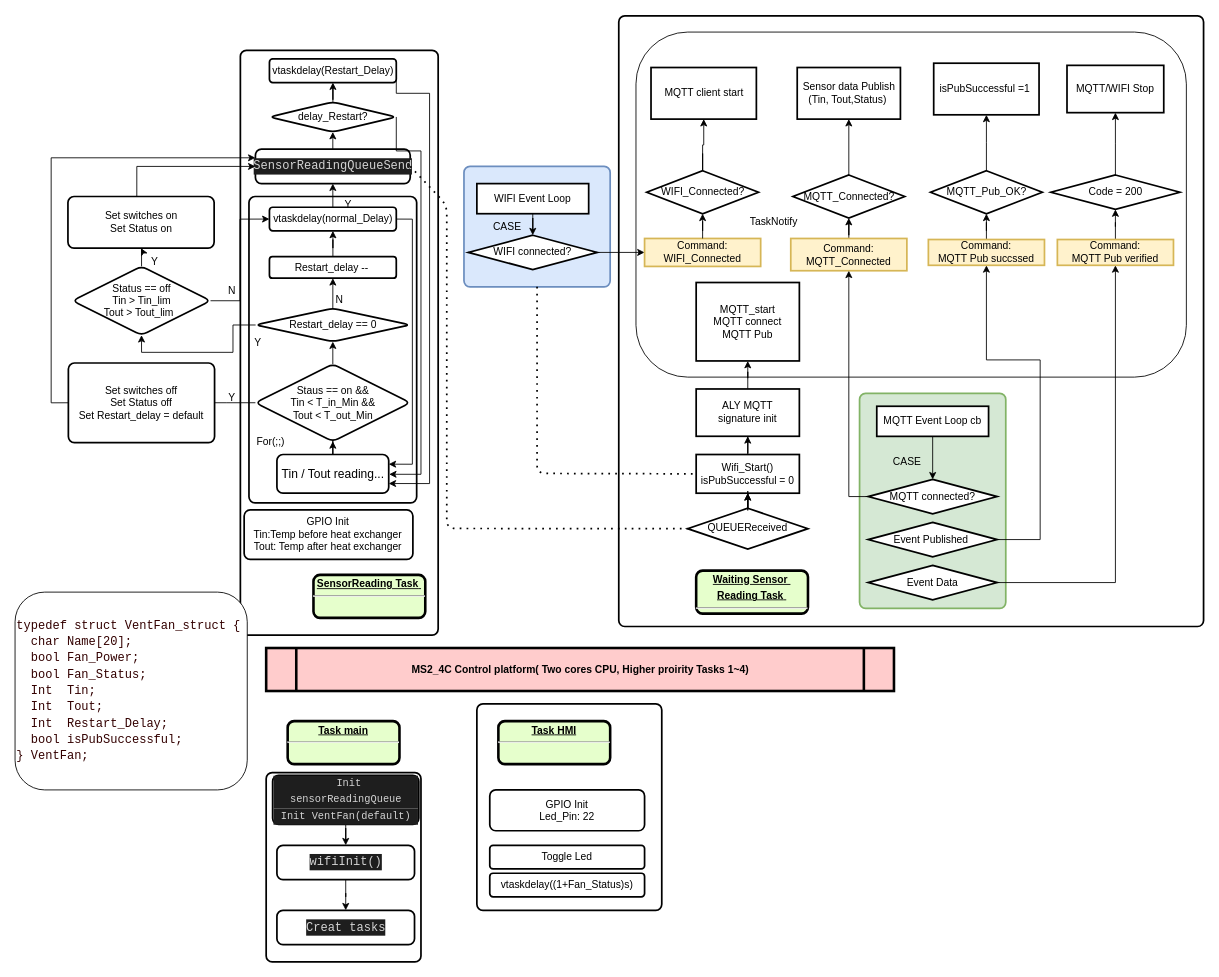
This is vent_control.drawio from kartwu/vent_control, a draw.io file, before an edit. Source tidied: cells renumbered, new cells numbered last; positions are measured from the earlier drawing's top-left corner, leaving out a move shared by most shapes. Both pictures are drawn from the tidied source at 86%, with x=0, y=0 at pixel (15, 15).
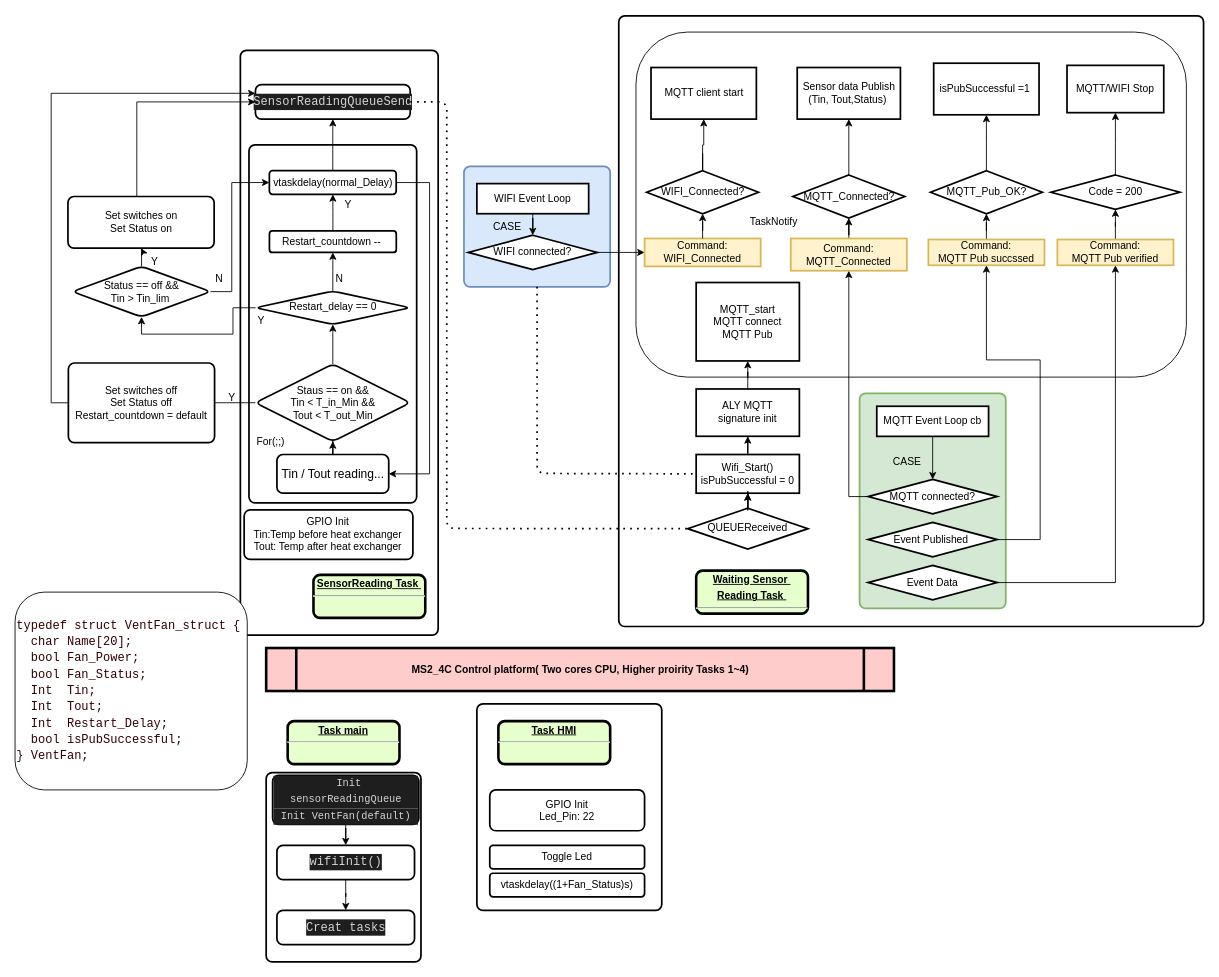
The same page after the edit.

Unchanged cells that the change refers to:
```xml
<mxCell id="17" value="&lt;font style=&quot;font-size: 14px&quot;&gt;Tin / Tout reading...&lt;/font&gt;" style="rounded=1;whiteSpace=wrap;html=1;absoluteArcSize=1;arcSize=14;strokeWidth=2;" parent="1" vertex="1">
  <mxGeometry x="304.5" y="510" width="130" height="45" as="geometry" />
</mxCell>
<mxCell id="24" value="QUEUEReceived" style="strokeWidth=2;html=1;shape=mxgraph.flowchart.decision;whiteSpace=wrap;" parent="1" vertex="1">
  <mxGeometry x="782" y="572.5" width="140" height="47.5" as="geometry" />
</mxCell>
```

What changed in the source:
```diff
@@
     <mxCell id="6" style="rounded=1;whiteSpace=wrap;html=1;absoluteArcSize=1;arcSize=14;strokeWidth=2;" parent="1" vertex="1">
-      <mxGeometry x="272" y="210" width="195" height="356.2" as="geometry" />
+      <mxGeometry x="272" y="150" width="195" height="416.2" as="geometry" />
     </mxCell>
@@
-    <mxCell id="19" style="edgeStyle=orthogonalEdgeStyle;rounded=0;jettySize=auto;html=1;" parent="1" edge="1" source="20" target="85">
-      <mxGeometry relative="1" as="geometry" />
-    </mxCell>
     <mxCell id="20" value="&lt;div style=&quot;color: rgb(212 , 212 , 212) ; background-color: rgb(30 , 30 , 30) ; font-family: &amp;#34;consolas&amp;#34; , &amp;#34;courier new&amp;#34; , monospace ; font-size: 14px ; line-height: 19px&quot;&gt;&lt;span style=&quot;font-family: &amp;#34;consolas&amp;#34; , &amp;#34;courier new&amp;#34; , monospace&quot;&gt;SensorReadingQueueSend&lt;/span&gt;&lt;/div&gt;" style="rounded=1;whiteSpace=wrap;html=1;absoluteArcSize=1;arcSize=14;strokeWidth=2;" parent="1" vertex="1">
-      <mxGeometry x="279.5" y="155" width="180" height="40" as="geometry" />
+      <mxGeometry x="279.5" y="80" width="180" height="40" as="geometry" />
     </mxCell>
@@
-    <mxCell id="65" style="edgeStyle=orthogonalEdgeStyle;rounded=0;jettySize=auto;html=1;exitX=1;exitY=0.5;exitDx=0;exitDy=0;" parent="1" edge="1" source="85">
-      <mxGeometry relative="1" as="geometry">
-        <mxPoint x="435" y="533" as="targetPoint" />
-        <Array as="points">
-          <mxPoint x="472" y="157" />
-          <mxPoint x="472" y="533" />
-          <mxPoint x="435" y="533" />
-        </Array>
-      </mxGeometry>
-    </mxCell>
@@
-    <mxCell id="67" value="Set switches off&lt;br&gt;Set Status off&lt;br&gt;Set Restart_delay = default" style="rounded=1;whiteSpace=wrap;html=1;absoluteArcSize=1;arcSize=14;strokeWidth=2;" parent="1" vertex="1">
+    <mxCell id="67" value="Set switches off&lt;br&gt;Set Status off&lt;br&gt;Restart_countdown = default" style="rounded=1;whiteSpace=wrap;html=1;absoluteArcSize=1;arcSize=14;strokeWidth=2;" parent="1" vertex="1">
       <mxGeometry x="62" y="403.6" width="170" height="92.5" as="geometry" />
     </mxCell>
@@
     <mxCell id="69" value="Y" style="text;html=1;align=center;verticalAlign=middle;" parent="1" vertex="1">
-      <mxGeometry x="272" y="370" width="20" height="20" as="geometry" />
+      <mxGeometry x="275.8" y="345" width="20" height="20" as="geometry" />
     </mxCell>
@@
     <mxCell id="73" value="Restart_delay == 0" style="rhombus;whiteSpace=wrap;html=1;rounded=1;strokeWidth=2;arcSize=14;" parent="1" vertex="1">
-      <mxGeometry x="279.5" y="340" width="180" height="38.7" as="geometry" />
+      <mxGeometry x="279.5" y="320" width="180" height="38.7" as="geometry" />
     </mxCell>
@@
-    <mxCell id="84" style="edgeStyle=orthogonalEdgeStyle;rounded=0;jettySize=auto;html=1;" parent="1" edge="1" source="85" target="87">
-      <mxGeometry relative="1" as="geometry" />
-    </mxCell>
-    <mxCell id="85" value="delay_Restart?" style="rhombus;whiteSpace=wrap;html=1;rounded=1;strokeWidth=2;arcSize=14;" parent="1" vertex="1">
-      <mxGeometry x="295.8" y="100" width="147.5" height="35" as="geometry" />
-    </mxCell>
-    <mxCell id="86" style="edgeStyle=orthogonalEdgeStyle;rounded=0;jettySize=auto;html=1;exitX=1;exitY=0.5;exitDx=0;exitDy=0;entryX=1;entryY=0.75;entryDx=0;entryDy=0;" parent="1" edge="1" source="87" target="17">
-      <mxGeometry relative="1" as="geometry">
-        <Array as="points">
-          <mxPoint x="482" y="90" />
-          <mxPoint x="482" y="544" />
-          <mxPoint x="435" y="544" />
-        </Array>
-      </mxGeometry>
-    </mxCell>
-    <mxCell id="87" value="vtaskdelay(Restart_Delay)" style="whiteSpace=wrap;html=1;rounded=1;strokeWidth=2;arcSize=14;" parent="1" vertex="1">
-      <mxGeometry x="295.8" y="50" width="147.5" height="27.5" as="geometry" />
-    </mxCell>
     <mxCell id="88" style="endArrow=none;dashed=1;html=1;dashPattern=1 3;strokeWidth=2;exitX=1;exitY=0.5;exitDx=0;exitDy=0;entryX=0;entryY=0.5;entryDx=0;entryDy=0;entryPerimeter=0;" parent="1" edge="1" source="20" target="24">
       <mxGeometry relative="1" as="geometry">
         <Array as="points">
-          <mxPoint x="502" y="220" />
+          <mxPoint x="502" y="100" />
           <mxPoint x="502" y="596" />
         </Array>
       </mxGeometry>
     </mxCell>
-    <mxCell id="89" style="edgeStyle=orthogonalEdgeStyle;rounded=0;jettySize=auto;html=1;entryX=1;entryY=0.25;entryDx=0;entryDy=0;exitX=1;exitY=0.5;exitDx=0;exitDy=0;" parent="1" edge="1" source="97" target="17">
+    <mxCell id="89" style="edgeStyle=orthogonalEdgeStyle;rounded=0;jettySize=auto;html=1;entryX=1;entryY=0.5;entryDx=0;entryDy=0;exitX=1;exitY=0.5;exitDx=0;exitDy=0;" parent="1" edge="1" source="97" target="17">
       <mxGeometry relative="1" as="geometry">
         <Array as="points">
-          <mxPoint x="462" y="236" />
-          <mxPoint x="462" y="521" />
+          <mxPoint x="482" y="194" />
+          <mxPoint x="482" y="533" />
         </Array>
       </mxGeometry>
     </mxCell>
@@
     <mxCell id="97" value="vtaskdelay(normal_Delay)" style="whiteSpace=wrap;html=1;rounded=1;strokeWidth=2;arcSize=14;" parent="1" vertex="1">
-      <mxGeometry x="295.8" y="222.5" width="147.5" height="27.5" as="geometry" />
+      <mxGeometry x="295.7" y="180" width="147.5" height="27.5" as="geometry" />
     </mxCell>
@@
-    <mxCell id="100" value="Restart_delay --&amp;nbsp;" style="whiteSpace=wrap;html=1;rounded=1;strokeWidth=2;arcSize=14;" parent="1" vertex="1">
-      <mxGeometry x="295.8" y="280" width="147.5" height="25" as="geometry" />
+    <mxCell id="100" value="Restart_countdown --&amp;nbsp;" style="whiteSpace=wrap;html=1;rounded=1;strokeWidth=2;arcSize=14;" parent="1" vertex="1">
+      <mxGeometry x="295.8" y="250" width="147.5" height="25" as="geometry" />
     </mxCell>
@@
-    <mxCell id="102" style="edgeStyle=orthogonalEdgeStyle;rounded=0;jettySize=auto;html=1;entryX=0;entryY=0.5;entryDx=0;entryDy=0;" parent="1" edge="1" source="103" target="97">
-      <mxGeometry relative="1" as="geometry" />
+    <mxCell id="102" style="edgeStyle=orthogonalEdgeStyle;rounded=0;jettySize=auto;html=1;entryX=0;entryY=0.5;entryDx=0;entryDy=0;exitX=1;exitY=0.5;exitDx=0;exitDy=0;" parent="1" edge="1" source="103" target="97">
+      <mxGeometry relative="1" as="geometry">
+        <Array as="points">
+          <mxPoint x="252" y="321" />
+          <mxPoint x="252" y="194" />
+        </Array>
+      </mxGeometry>
     </mxCell>
-    <mxCell id="103" value="Status == off&lt;br&gt;Tin &amp;gt; Tin_lim&lt;br&gt;Tout &amp;gt; Tout_lim&amp;nbsp;&amp;nbsp;" style="rhombus;whiteSpace=wrap;html=1;rounded=1;strokeWidth=2;arcSize=14;" parent="1" vertex="1">
-      <mxGeometry x="66.8" y="291.2" width="160.5" height="80" as="geometry" />
+    <mxCell id="103" value="Status == off &amp;amp;&amp;amp;&lt;br&gt;Tin &amp;gt; Tin_lim&amp;nbsp;" style="rhombus;whiteSpace=wrap;html=1;rounded=1;strokeWidth=2;arcSize=14;" parent="1" vertex="1">
+      <mxGeometry x="66.8" y="291.2" width="160.5" height="58.8" as="geometry" />
     </mxCell>
@@
     <mxCell id="105" value="N" style="text;html=1;align=center;verticalAlign=middle;" parent="1" vertex="1">
-      <mxGeometry x="367" y="320" width="20" height="20" as="geometry" />
+      <mxGeometry x="367" y="296.2" width="20" height="20" as="geometry" />
     </mxCell>
     <mxCell id="106" value="N" style="text;html=1;align=center;verticalAlign=middle;" parent="1" vertex="1">
-      <mxGeometry x="242" y="310" width="20" height="20" as="geometry" />
+      <mxGeometry x="227.2" y="296.2" width="20" height="20" as="geometry" />
     </mxCell>
```
